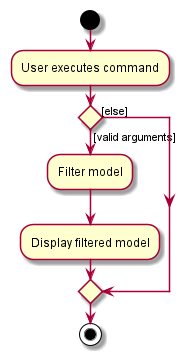
Earlier version of the PlantUML export docs/images/FreeScheduleActivityDiagram.png (vishandi/tp).
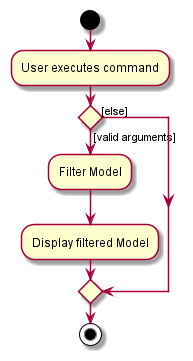
The same diagram one commit later.

Commit message:
Capitalize model

The edit, as a diff of the source:
```diff
@@ -3,8 +3,8 @@
 :User executes command;
 
 if () then ([valid arguments])
-    :Filter model;
-    :Display filtered model;
+    :Filter Model;
+    :Display filtered Model;
 else ([else])
 
 endif
```
